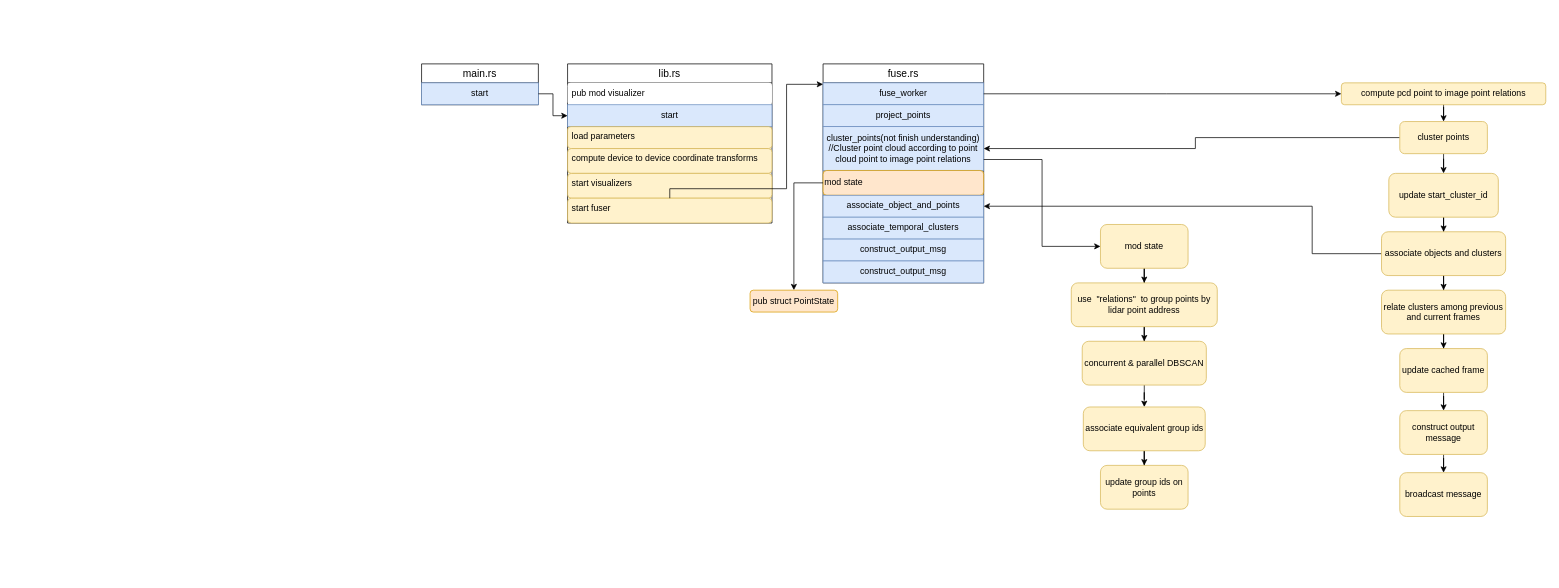
Before: sensor_fuse.drawio in YueChuCheng/Wayside_draw, a draw.io diagram. Source tidied: cells renumbered, new cells numbered last; positions are measured from the earlier drawing's top-left corner, leaving out a move shared by most shapes. Both pictures are drawn from the tidied source at 73%, with x=0, y=0 at pixel (421, 64).
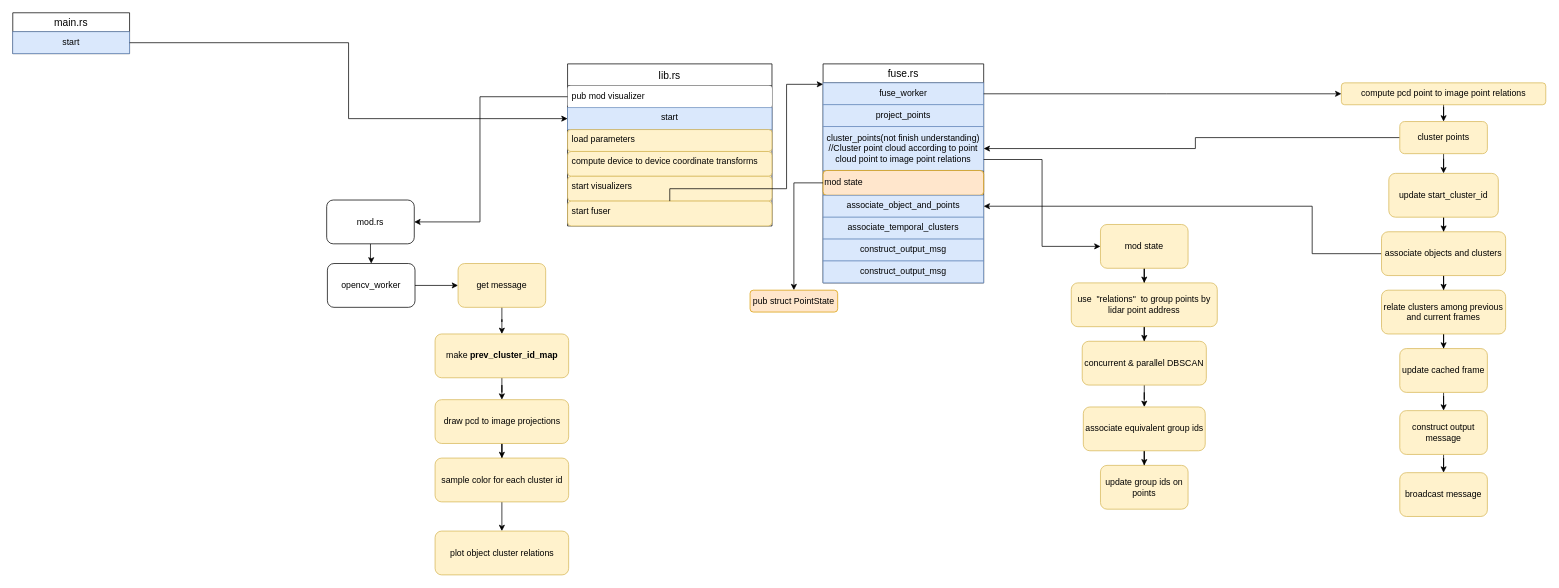
The same diagram, later.

Change to the diagram source:
```diff
@@
     <mxCell id="2" value="main.rs" style="swimlane;fontStyle=0;horizontal=1;startSize=26;align=center;fontSize=14;" parent="1" vertex="1">
-      <mxGeometry width="160" height="56" as="geometry" />
+      <mxGeometry x="-560" y="-70" width="160" height="56" as="geometry" />
     </mxCell>
@@
-    <mxCell id="4" value="lib.rs" style="swimlane;fontStyle=0;horizontal=1;startSize=26;align=center;fontSize=14;" parent="1" vertex="1">
-      <mxGeometry x="200" width="280" height="218" as="geometry" />
+    <mxCell id="4" value="lib.rs" style="swimlane;fontStyle=0;horizontal=1;startSize=30;align=center;fontSize=14;" parent="1" vertex="1">
+      <mxGeometry x="200" width="280" height="222" as="geometry" />
     </mxCell>
     <mxCell id="5" value="pub mod visualizer" style="text;spacingLeft=4;spacingRight=4;overflow=hidden;points=[[0,0.5],[1,0.5]];portConstraint=eastwest;fontSize=12;rounded=1;fillColor=default;" parent="4" vertex="1">
-      <mxGeometry y="26" width="280" height="30" as="geometry" />
+      <mxGeometry y="30" width="280" height="30" as="geometry" />
     </mxCell>
     <mxCell id="6" value="start&#10;" style="text;strokeColor=#6c8ebf;fillColor=#dae8fc;spacingLeft=4;spacingRight=4;overflow=hidden;points=[[0,0.5],[1,0.5]];portConstraint=eastwest;fontSize=12;align=center;" parent="4" vertex="1">
-      <mxGeometry y="56" width="280" height="30" as="geometry" />
+      <mxGeometry y="60" width="280" height="30" as="geometry" />
     </mxCell>
     <mxCell id="7" value="load parameters" style="text;strokeColor=#d6b656;fillColor=#fff2cc;spacingLeft=4;spacingRight=4;overflow=hidden;fontSize=12;rounded=1;" parent="4" vertex="1">
-      <mxGeometry y="86" width="280" height="30" as="geometry" />
+      <mxGeometry y="90" width="280" height="30" as="geometry" />
     </mxCell>
     <mxCell id="8" value="compute device to device coordinate transforms" style="text;strokeColor=#d6b656;fillColor=#fff2cc;spacingLeft=4;spacingRight=4;overflow=hidden;fontSize=12;rounded=1;" parent="4" vertex="1">
-      <mxGeometry y="116" width="280" height="34" as="geometry" />
+      <mxGeometry y="120" width="280" height="34" as="geometry" />
     </mxCell>
     <mxCell id="9" value="start visualizers" style="text;strokeColor=#d6b656;fillColor=#fff2cc;spacingLeft=4;spacingRight=4;overflow=hidden;fontSize=12;rounded=1;" parent="4" vertex="1">
-      <mxGeometry y="150" width="280" height="34" as="geometry" />
+      <mxGeometry y="154" width="280" height="34" as="geometry" />
     </mxCell>
     <mxCell id="10" value="start fuser" style="text;strokeColor=#d6b656;fillColor=#fff2cc;spacingLeft=4;spacingRight=4;overflow=hidden;points=[[0,0.5],[1,0.5]];portConstraint=eastwest;fontSize=12;rounded=1;" parent="4" vertex="1">
-      <mxGeometry y="184" width="280" height="34" as="geometry" />
+      <mxGeometry y="188" width="280" height="34" as="geometry" />
     </mxCell>
@@
+    <mxCell id="52" style="edgeStyle=orthogonalEdgeStyle;rounded=0;jettySize=auto;html=1;" parent="1" edge="1" source="5" target="54">
+      <mxGeometry relative="1" as="geometry">
+        <Array as="points">
+          <mxPoint x="80" y="45" />
+        </Array>
+      </mxGeometry>
+    </mxCell>
+    <mxCell id="53" style="edgeStyle=orthogonalEdgeStyle;rounded=0;jettySize=auto;html=1;entryX=0.5;entryY=0;entryDx=0;entryDy=0;" parent="1" edge="1" source="54" target="56">
+      <mxGeometry relative="1" as="geometry" />
+    </mxCell>
+    <mxCell id="54" value="mod.rs" style="rounded=1;whiteSpace=wrap;html=1;strokeColor=default;fillColor=default;" parent="1" vertex="1">
+      <mxGeometry x="-130" y="186.5" width="120" height="60" as="geometry" />
+    </mxCell>
+    <mxCell id="55" style="edgeStyle=orthogonalEdgeStyle;rounded=0;jettySize=auto;html=1;" parent="1" edge="1" source="56" target="58">
+      <mxGeometry relative="1" as="geometry" />
+    </mxCell>
+    <mxCell id="56" value="opencv_worker" style="rounded=1;whiteSpace=wrap;html=1;strokeColor=default;fillColor=default;" parent="1" vertex="1">
+      <mxGeometry x="-129" y="273.5" width="120" height="60" as="geometry" />
+    </mxCell>
+    <mxCell id="57" style="edgeStyle=orthogonalEdgeStyle;rounded=0;jettySize=auto;html=1;entryX=0.5;entryY=0;entryDx=0;entryDy=0;" parent="1" edge="1" source="58" target="60">
+      <mxGeometry relative="1" as="geometry" />
+    </mxCell>
+    <mxCell id="58" value="get message" style="rounded=1;whiteSpace=wrap;html=1;strokeColor=#d6b656;fillColor=#fff2cc;" parent="1" vertex="1">
+      <mxGeometry x="50" y="273.5" width="120" height="60" as="geometry" />
+    </mxCell>
+    <mxCell id="59" style="edgeStyle=orthogonalEdgeStyle;rounded=0;jettySize=auto;html=1;" parent="1" edge="1" source="60" target="62">
+      <mxGeometry relative="1" as="geometry" />
+    </mxCell>
+    <mxCell id="60" value="make&amp;nbsp;&lt;b&gt;prev_cluster_id_map&lt;/b&gt;" style="rounded=1;whiteSpace=wrap;html=1;strokeColor=#d6b656;fillColor=#fff2cc;" parent="1" vertex="1">
+      <mxGeometry x="18.5" y="370" width="183" height="60" as="geometry" />
+    </mxCell>
+    <mxCell id="61" style="edgeStyle=orthogonalEdgeStyle;rounded=0;jettySize=auto;html=1;" parent="1" edge="1" source="62" target="64">
+      <mxGeometry relative="1" as="geometry" />
+    </mxCell>
+    <mxCell id="62" value="draw pcd to image projections" style="rounded=1;whiteSpace=wrap;html=1;strokeColor=#d6b656;fillColor=#fff2cc;" parent="1" vertex="1">
+      <mxGeometry x="18.5" y="460" width="183" height="60" as="geometry" />
+    </mxCell>
+    <mxCell id="63" style="edgeStyle=orthogonalEdgeStyle;rounded=0;jettySize=auto;html=1;" parent="1" edge="1" source="64" target="65">
+      <mxGeometry relative="1" as="geometry" />
+    </mxCell>
+    <mxCell id="64" value="sample color for each cluster id" style="rounded=1;whiteSpace=wrap;html=1;strokeColor=#d6b656;fillColor=#fff2cc;" parent="1" vertex="1">
+      <mxGeometry x="18.5" y="540" width="183" height="60" as="geometry" />
+    </mxCell>
+    <mxCell id="65" value="plot object cluster relations" style="rounded=1;whiteSpace=wrap;html=1;strokeColor=#d6b656;fillColor=#fff2cc;" parent="1" vertex="1">
+      <mxGeometry x="18.5" y="640" width="183" height="60" as="geometry" />
+    </mxCell>
```
